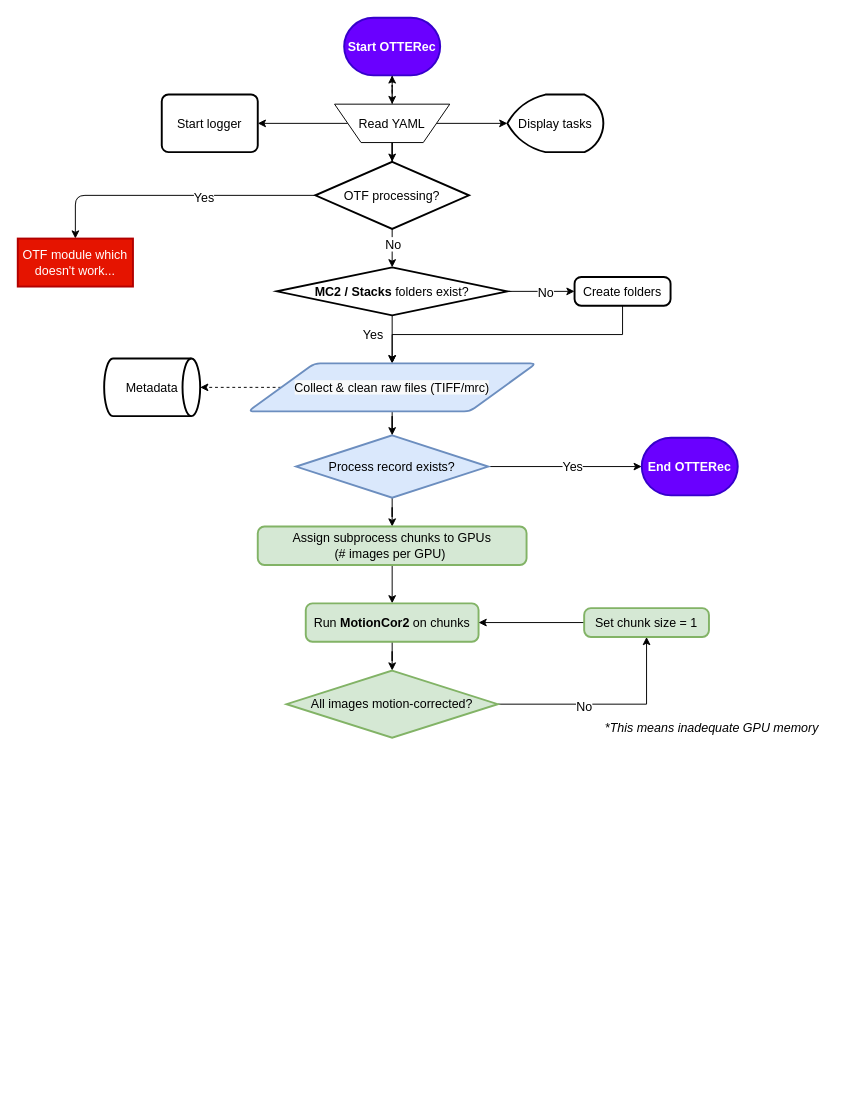
This is Untitled Diagram.drawio from MasterVexillen/OTTERec, a draw.io file, before an edit. Source tidied: cells renumbered, new cells numbered last; positions are measured from the earlier drawing's top-left corner, leaving out a move shared by most shapes. Both pictures are drawn from the tidied source at 96%, with x=0, y=0 at pixel (17, 17).
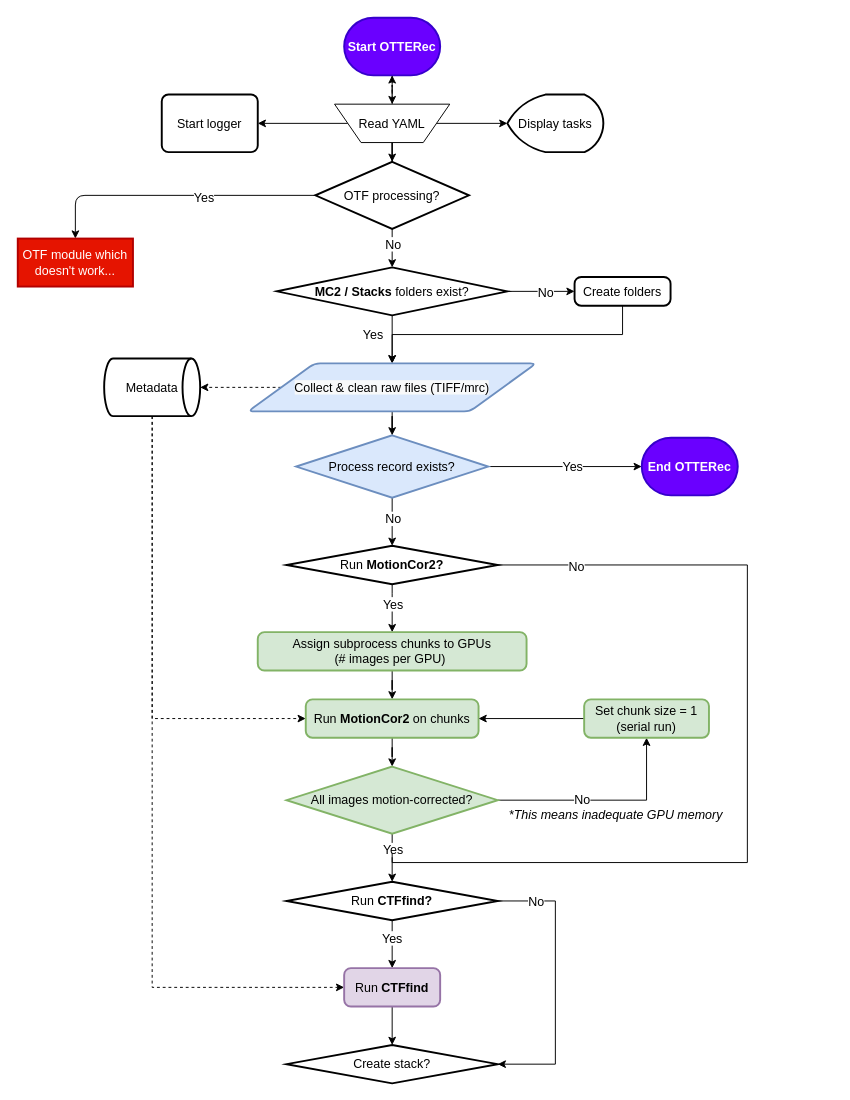
The same diagram, later.

The change refers to these unchanged cells:
```xml
<mxCell id="20" value="Process record exists?" style="rhombus;whiteSpace=wrap;html=1;strokeColor=#6c8ebf;strokeWidth=2;fillColor=#dae8fc;fontSize=13;" parent="1" vertex="1">
  <mxGeometry x="290" y="435" width="200" height="65" as="geometry" />
</mxCell>
<mxCell id="25" value="Metadata" style="strokeWidth=2;html=1;shape=mxgraph.flowchart.direct_data;whiteSpace=wrap;fontSize=13;" parent="1" vertex="1">
  <mxGeometry x="90" y="355" width="100" height="60" as="geometry" />
</mxCell>
<mxCell id="36" style="edgeStyle=orthogonalEdgeStyle;rounded=0;jettySize=auto;html=1;exitX=1;exitY=0.5;exitDx=0;exitDy=0;exitPerimeter=0;fontSize=13;" parent="1" edge="1" source="38" target="40">
  <mxGeometry relative="1" as="geometry" />
</mxCell>
```

The edit, as a diff of the source:
```diff
@@
-    <mxCell id="19" style="edgeStyle=orthogonalEdgeStyle;rounded=0;jettySize=auto;html=1;exitX=0.5;exitY=1;exitDx=0;exitDy=0;fontSize=13;" parent="1" edge="1" source="20" target="33">
+    <mxCell id="19" style="edgeStyle=orthogonalEdgeStyle;rounded=0;jettySize=auto;html=1;exitX=0.5;exitY=1;exitDx=0;exitDy=0;fontSize=13;" parent="1" edge="1" source="20" target="53">
       <mxGeometry relative="1" as="geometry" />
     </mxCell>
+    <mxCell id="42" value="No" style="edgeLabel;html=1;align=center;verticalAlign=middle;fontSize=13;" parent="19" vertex="1">
+      <mxGeometry x="-0.72" relative="1" as="geometry">
+        <mxPoint y="14" as="offset" />
+      </mxGeometry>
+    </mxCell>
@@
+    <mxCell id="43" style="edgeStyle=orthogonalEdgeStyle;rounded=0;jettySize=auto;html=1;exitX=0.5;exitY=1;exitDx=0;exitDy=0;exitPerimeter=0;entryX=0;entryY=0.5;entryDx=0;entryDy=0;fontSize=13;dashed=1;" parent="1" edge="1" source="25" target="35">
+      <mxGeometry relative="1" as="geometry" />
+    </mxCell>
+    <mxCell id="44" style="edgeStyle=orthogonalEdgeStyle;rounded=0;jettySize=auto;html=1;exitX=0.5;exitY=1;exitDx=0;exitDy=0;exitPerimeter=0;entryX=0;entryY=0.5;entryDx=0;entryDy=0;fontSize=13;dashed=1;" parent="1" edge="1" source="25" target="48">
+      <mxGeometry relative="1" as="geometry" />
+    </mxCell>
@@
     <mxCell id="33" value="Assign subprocess chunks to GPUs &lt;br&gt;(# images per GPU)&amp;nbsp;" style="rounded=1;whiteSpace=wrap;html=1;absoluteArcSize=1;arcSize=14;strokeWidth=2;fontSize=13;fillColor=#d5e8d4;strokeColor=#82b366;" parent="1" vertex="1">
-      <mxGeometry x="250" y="530" width="280" height="40" as="geometry" />
+      <mxGeometry x="250" y="640" width="280" height="40" as="geometry" />
     </mxCell>
@@
     <mxCell id="35" value="Run&lt;b&gt;&amp;nbsp;MotionCor2&lt;/b&gt;&amp;nbsp;on chunks" style="rounded=1;whiteSpace=wrap;html=1;absoluteArcSize=1;arcSize=14;strokeWidth=2;fontSize=13;fillColor=#d5e8d4;strokeColor=#82b366;" parent="1" vertex="1">
-      <mxGeometry x="300" y="610" width="180" height="40" as="geometry" />
+      <mxGeometry x="300" y="710" width="180" height="40" as="geometry" />
     </mxCell>
@@
     <mxCell id="37" value="No" style="edgeLabel;html=1;align=center;verticalAlign=middle;fontSize=13;" parent="36" vertex="1">
-      <mxGeometry x="-0.21" y="-2" relative="1" as="geometry" />
+      <mxGeometry x="-0.21" y="-2" relative="1" as="geometry">
+        <mxPoint y="-4" as="offset" />
+      </mxGeometry>
     </mxCell>
+    <mxCell id="45" style="edgeStyle=orthogonalEdgeStyle;rounded=0;jettySize=auto;html=1;exitX=0.5;exitY=1;exitDx=0;exitDy=0;exitPerimeter=0;fontSize=13;" parent="1" edge="1" source="38" target="58">
+      <mxGeometry relative="1" as="geometry" />
+    </mxCell>
+    <mxCell id="46" value="Yes" style="edgeLabel;html=1;align=center;verticalAlign=middle;fontSize=13;" parent="45" vertex="1">
+      <mxGeometry x="-0.35" relative="1" as="geometry" />
+    </mxCell>
     <mxCell id="38" value="All images motion-corrected?" style="strokeWidth=2;html=1;shape=mxgraph.flowchart.decision;whiteSpace=wrap;fontSize=13;fillColor=#d5e8d4;strokeColor=#82b366;" parent="1" vertex="1">
-      <mxGeometry x="280" y="680" width="220" height="70" as="geometry" />
+      <mxGeometry x="280" y="780" width="220" height="70" as="geometry" />
     </mxCell>
@@
-    <mxCell id="40" value="Set chunk size = 1" style="rounded=1;whiteSpace=wrap;html=1;absoluteArcSize=1;arcSize=14;strokeWidth=2;fontSize=13;fillColor=#d5e8d4;strokeColor=#82b366;" parent="1" vertex="1">
-      <mxGeometry x="590" y="615" width="130" height="30" as="geometry" />
+    <mxCell id="40" value="Set chunk size = 1&lt;br&gt;(serial run)" style="rounded=1;whiteSpace=wrap;html=1;absoluteArcSize=1;arcSize=14;strokeWidth=2;fontSize=13;fillColor=#d5e8d4;strokeColor=#82b366;" parent="1" vertex="1">
+      <mxGeometry x="590" y="710" width="130" height="40" as="geometry" />
     </mxCell>
     <mxCell id="41" value="&lt;i&gt;*This means inadequate GPU memory&lt;/i&gt;" style="text;html=1;align=left;verticalAlign=middle;strokeColor=none;fontSize=13;" parent="1" vertex="1">
-      <mxGeometry x="610" y="730" width="240" height="20" as="geometry" />
+      <mxGeometry x="510" y="820" width="240" height="20" as="geometry" />
     </mxCell>
+    <mxCell id="47" style="edgeStyle=orthogonalEdgeStyle;rounded=0;jettySize=auto;html=1;exitX=0.5;exitY=1;exitDx=0;exitDy=0;fontSize=13;" parent="1" edge="1" source="48" target="59">
+      <mxGeometry relative="1" as="geometry" />
+    </mxCell>
+    <mxCell id="48" value="Run &lt;b&gt;CTFfind&lt;/b&gt;" style="rounded=1;whiteSpace=wrap;html=1;absoluteArcSize=1;arcSize=14;strokeWidth=2;fontSize=13;fillColor=#e1d5e7;strokeColor=#9673a6;" parent="1" vertex="1">
+      <mxGeometry x="340" y="990" width="100" height="40" as="geometry" />
+    </mxCell>
+    <mxCell id="49" style="edgeStyle=orthogonalEdgeStyle;rounded=0;jettySize=auto;html=1;fontSize=13;" parent="1" edge="1" source="53" target="33">
+      <mxGeometry relative="1" as="geometry">
+        <Array as="points">
+          <mxPoint x="390" y="600" />
+          <mxPoint x="390" y="600" />
+        </Array>
+      </mxGeometry>
+    </mxCell>
+    <mxCell id="50" value="Yes" style="edgeLabel;html=1;align=center;verticalAlign=middle;fontSize=13;" parent="49" vertex="1">
+      <mxGeometry x="-0.44" y="-1" relative="1" as="geometry">
+        <mxPoint x="1" y="6" as="offset" />
+      </mxGeometry>
+    </mxCell>
+    <mxCell id="51" style="edgeStyle=orthogonalEdgeStyle;rounded=0;jettySize=auto;html=1;exitX=1;exitY=0.5;exitDx=0;exitDy=0;exitPerimeter=0;fontSize=13;endArrow=none;endFill=0;" parent="1" edge="1" source="53">
+      <mxGeometry relative="1" as="geometry">
+        <mxPoint x="390" y="870" as="targetPoint" />
+        <Array as="points">
+          <mxPoint x="760" y="570" />
+          <mxPoint x="760" y="880" />
+          <mxPoint x="390" y="880" />
+        </Array>
+      </mxGeometry>
+    </mxCell>
+    <mxCell id="52" value="No" style="edgeLabel;html=1;align=center;verticalAlign=middle;fontSize=13;" parent="51" vertex="1">
+      <mxGeometry x="-0.83" y="-1" relative="1" as="geometry" />
+    </mxCell>
+    <mxCell id="53" value="Run &lt;b&gt;MotionCor2?&lt;/b&gt;" style="strokeWidth=2;html=1;shape=mxgraph.flowchart.decision;whiteSpace=wrap;rounded=1;fontSize=13;" parent="1" vertex="1">
+      <mxGeometry x="280" y="550" width="220" height="40" as="geometry" />
+    </mxCell>
+    <mxCell id="54" style="edgeStyle=orthogonalEdgeStyle;rounded=0;jettySize=auto;html=1;fontSize=13;" parent="1" edge="1" source="58" target="48">
+      <mxGeometry relative="1" as="geometry" />
+    </mxCell>
+    <mxCell id="55" value="Yes" style="edgeLabel;html=1;align=center;verticalAlign=middle;fontSize=13;" parent="54" vertex="1">
+      <mxGeometry x="-0.27" y="-1" relative="1" as="geometry" />
+    </mxCell>
+    <mxCell id="56" style="edgeStyle=orthogonalEdgeStyle;rounded=0;jettySize=auto;html=1;exitX=1;exitY=0.5;exitDx=0;exitDy=0;exitPerimeter=0;entryX=1;entryY=0.5;entryDx=0;entryDy=0;entryPerimeter=0;fontSize=13;" parent="1" edge="1" source="58" target="59">
+      <mxGeometry relative="1" as="geometry">
+        <Array as="points">
+          <mxPoint x="560" y="920" />
+          <mxPoint x="560" y="1090" />
+        </Array>
+      </mxGeometry>
+    </mxCell>
+    <mxCell id="57" value="No" style="edgeLabel;html=1;align=center;verticalAlign=middle;fontSize=13;" parent="56" vertex="1">
+      <mxGeometry x="-0.73" relative="1" as="geometry" />
+    </mxCell>
+    <mxCell id="58" value="Run &lt;b&gt;CTFfind?&lt;/b&gt;" style="strokeWidth=2;html=1;shape=mxgraph.flowchart.decision;whiteSpace=wrap;rounded=1;fontSize=13;" parent="1" vertex="1">
+      <mxGeometry x="280" y="900" width="220" height="40" as="geometry" />
+    </mxCell>
+    <mxCell id="59" value="Create stack?" style="strokeWidth=2;html=1;shape=mxgraph.flowchart.decision;whiteSpace=wrap;rounded=1;fontSize=13;" parent="1" vertex="1">
+      <mxGeometry x="280" y="1070" width="220" height="40" as="geometry" />
+    </mxCell>
```
